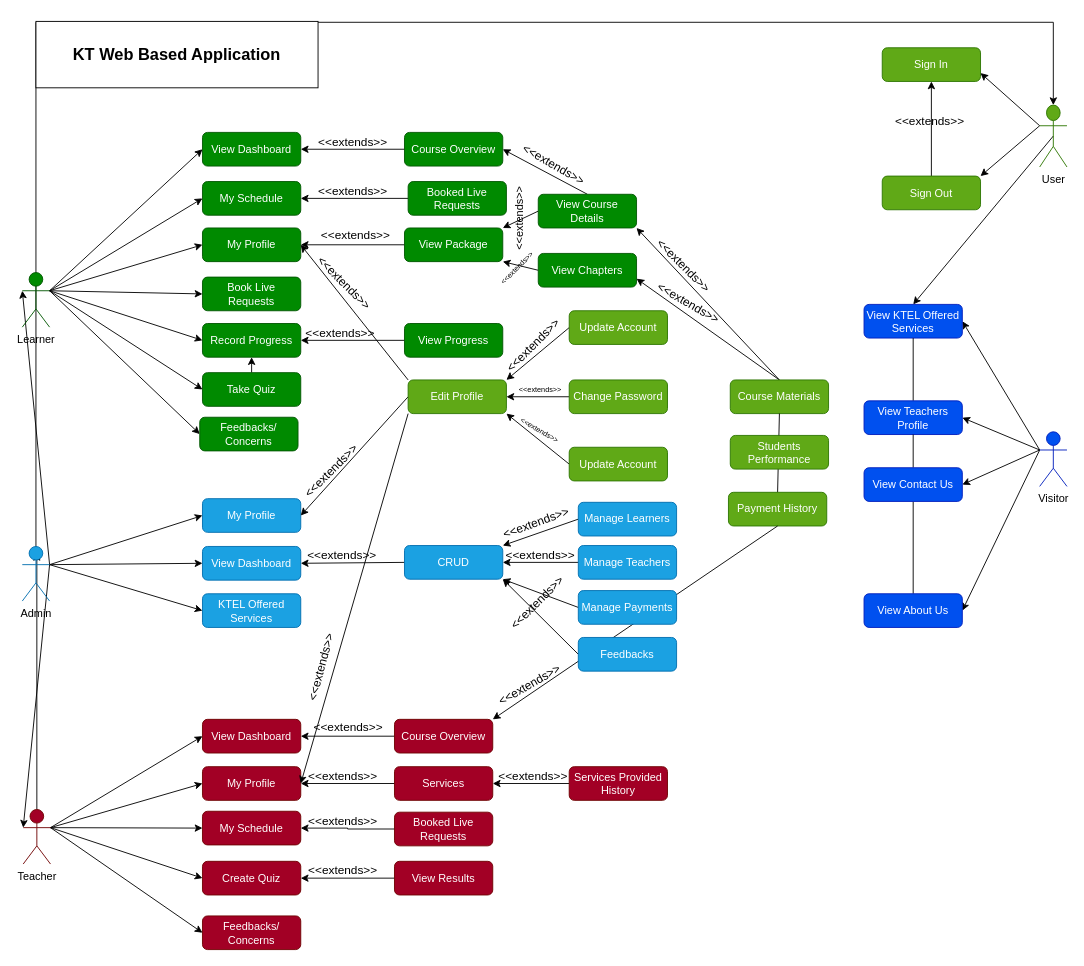
Before: page "Learner Use Case Diagram" (12 of 12) of Untitled Diagram.drawio in Nashciong/JavaCodes, a draw.io diagram. Source tidied: cells renumbered, new cells numbered last; positions are measured from the earlier drawing's top-left corner, leaving out a move shared by most shapes. Both pictures are drawn from the tidied source at 91%, with x=0, y=0 at pixel (22, 21).
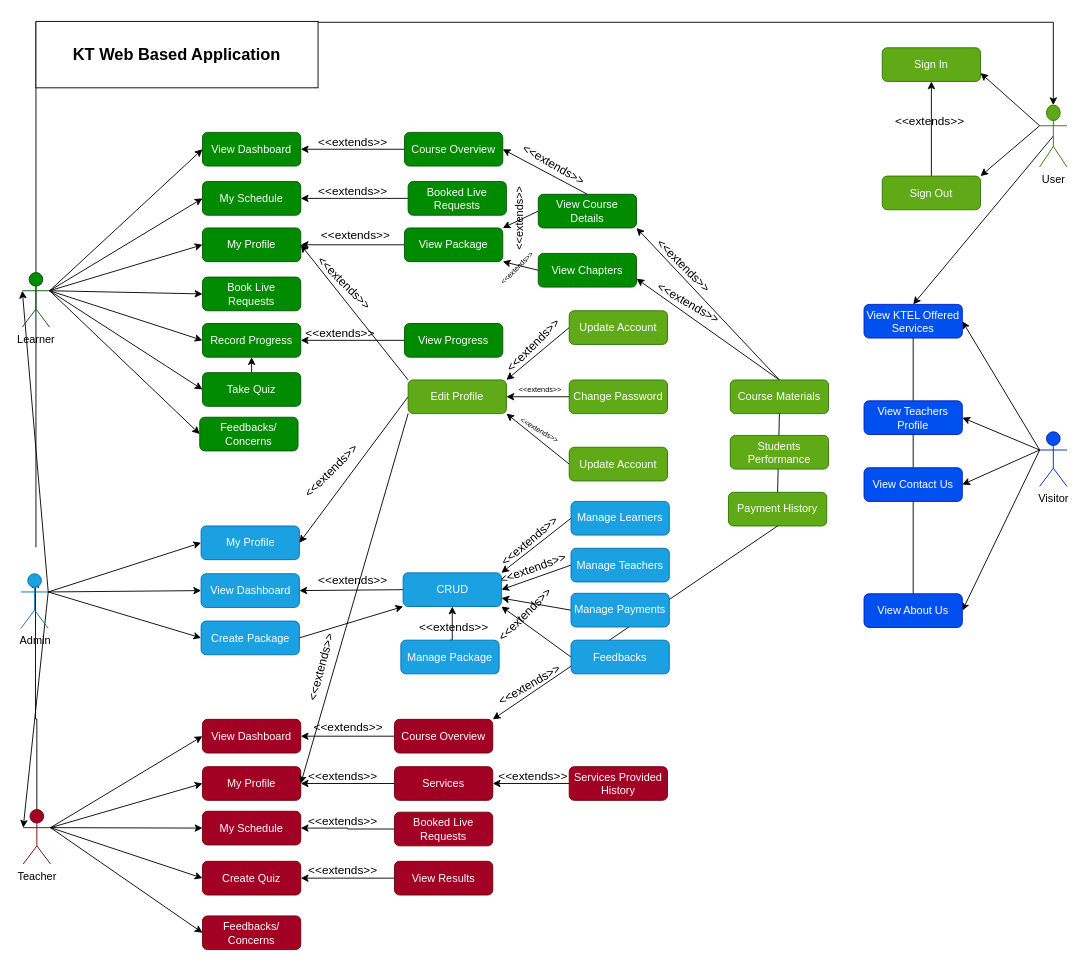
After the change.

What changed in the source:
```diff
@@
     <mxCell id="25" value="View Dashboard" style="rounded=1;whiteSpace=wrap;html=1;fillColor=#1ba1e2;fontColor=#ffffff;strokeColor=#006EAF;" parent="1" vertex="1">
-      <mxGeometry x="198" y="577" width="108" height="37" as="geometry" />
+      <mxGeometry x="196.5" y="607" width="108" height="37" as="geometry" />
     </mxCell>
     <mxCell id="26" value="My Profile" style="rounded=1;whiteSpace=wrap;html=1;fillColor=#1ba1e2;fontColor=#ffffff;strokeColor=#006EAF;" parent="1" vertex="1">
-      <mxGeometry x="198" y="524.5" width="108" height="37" as="geometry" />
+      <mxGeometry x="196.5" y="554.5" width="108" height="37" as="geometry" />
     </mxCell>
@@
     <mxCell id="52" value="CRUD" style="rounded=1;whiteSpace=wrap;html=1;fillColor=#1ba1e2;fontColor=#ffffff;strokeColor=#006EAF;" parent="1" vertex="1">
-      <mxGeometry x="420" y="576" width="108" height="37" as="geometry" />
+      <mxGeometry x="418.5" y="606" width="108" height="37" as="geometry" />
     </mxCell>
-    <mxCell id="53" style="edgeStyle=orthogonalEdgeStyle;rounded=0;jettySize=auto;html=1;exitX=0;exitY=0.5;exitDx=0;exitDy=0;entryX=1;entryY=0.5;entryDx=0;entryDy=0;" parent="1" edge="1" source="54" target="52">
+    <mxCell id="53" style="rounded=0;jettySize=auto;html=1;exitX=0;exitY=0.5;exitDx=0;exitDy=0;entryX=1;entryY=0.5;entryDx=0;entryDy=0;" parent="1" edge="1" source="54" target="52">
       <mxGeometry relative="1" as="geometry" />
     </mxCell>
     <mxCell id="54" value="Manage Teachers" style="rounded=1;whiteSpace=wrap;html=1;fillColor=#1ba1e2;fontColor=#ffffff;strokeColor=#006EAF;" parent="1" vertex="1">
-      <mxGeometry x="611" y="576" width="108" height="37" as="geometry" />
+      <mxGeometry x="603" y="579" width="108" height="37" as="geometry" />
     </mxCell>
-    <mxCell id="55" style="rounded=0;jettySize=auto;html=1;exitX=0;exitY=0.5;exitDx=0;exitDy=0;entryX=1;entryY=1;entryDx=0;entryDy=0;" parent="1" edge="1" source="99" target="52">
+    <mxCell id="55" style="rounded=0;jettySize=auto;html=1;exitX=0;exitY=0.5;exitDx=0;exitDy=0;entryX=1;entryY=0.75;entryDx=0;entryDy=0;" parent="1" edge="1" source="99" target="52">
       <mxGeometry relative="1" as="geometry" />
     </mxCell>
@@
     <mxCell id="57" value="Manage Learners" style="rounded=1;whiteSpace=wrap;html=1;fillColor=#1ba1e2;fontColor=#ffffff;strokeColor=#006EAF;" parent="1" vertex="1">
-      <mxGeometry x="611" y="528.5" width="108" height="37" as="geometry" />
+      <mxGeometry x="603" y="527.5" width="108" height="37" as="geometry" />
     </mxCell>
@@
+    <mxCell id="136" style="rounded=0;jettySize=auto;html=1;exitX=1;exitY=0.5;exitDx=0;exitDy=0;entryX=0;entryY=1;entryDx=0;entryDy=0;" parent="1" edge="1" source="90" target="52">
+      <mxGeometry relative="1" as="geometry" />
+    </mxCell>
-    <mxCell id="90" value="KTEL Offered Services" style="rounded=1;whiteSpace=wrap;html=1;fillColor=#1ba1e2;fontColor=#ffffff;strokeColor=#006EAF;" parent="1" vertex="1">
-      <mxGeometry x="198" y="629" width="108" height="37" as="geometry" />
+    <mxCell id="90" value="Create Package" style="rounded=1;whiteSpace=wrap;html=1;fillColor=#1ba1e2;fontColor=#ffffff;strokeColor=#006EAF;" parent="1" vertex="1">
+      <mxGeometry x="196.5" y="659" width="108" height="37" as="geometry" />
     </mxCell>
@@
     <mxCell id="92" value="Feedbacks" style="rounded=1;whiteSpace=wrap;html=1;fillColor=#1ba1e2;fontColor=#ffffff;strokeColor=#006EAF;" parent="1" vertex="1">
-      <mxGeometry x="611" y="677" width="108" height="37" as="geometry" />
+      <mxGeometry x="603" y="680" width="108" height="37" as="geometry" />
     </mxCell>
@@
     <mxCell id="95" value="Admin" style="shape=umlActor;verticalLabelPosition=bottom;verticalAlign=top;html=1;outlineConnect=0;fillColor=#1ba1e2;fontColor=#000000;strokeColor=#006EAF;" parent="1" vertex="1">
-      <mxGeometry y="577" width="30" height="60" as="geometry" />
+      <mxGeometry x="-1.5" y="607" width="30" height="60" as="geometry" />
     </mxCell>
@@
     <mxCell id="99" value="Manage Payments" style="rounded=1;whiteSpace=wrap;html=1;fillColor=#1ba1e2;fontColor=#ffffff;strokeColor=#006EAF;" parent="1" vertex="1">
-      <mxGeometry x="611" y="625.5" width="108" height="37" as="geometry" />
+      <mxGeometry x="603" y="628.5" width="108" height="37" as="geometry" />
     </mxCell>
@@
     <mxCell id="113" value="&lt;font style=&quot;font-size: 13px;&quot;&gt;&amp;lt;&amp;lt;extends&amp;gt;&amp;gt;&lt;/font&gt;" style="text;html=1;align=center;verticalAlign=middle;strokeColor=none;fillColor=none;rotation=0;fontSize=13;" parent="1" vertex="1">
-      <mxGeometry x="301" y="571" width="100" height="30" as="geometry" />
+      <mxGeometry x="313" y="599" width="100" height="30" as="geometry" />
     </mxCell>
@@
     <mxCell id="127" value="&lt;font style=&quot;font-size: 13px;&quot;&gt;&amp;lt;&amp;lt;extends&amp;gt;&amp;gt;&lt;/font&gt;" style="text;html=1;align=center;verticalAlign=middle;strokeColor=none;fillColor=none;rotation=-45;fontSize=13;" parent="1" vertex="1">
-      <mxGeometry x="515" y="623.5" width="100" height="30" as="geometry" />
+      <mxGeometry x="502" y="637" width="100" height="30" as="geometry" />
     </mxCell>
-    <mxCell id="128" value="&lt;font style=&quot;font-size: 13px;&quot;&gt;&amp;lt;&amp;lt;extends&amp;gt;&amp;gt;&lt;/font&gt;" style="text;html=1;align=center;verticalAlign=middle;strokeColor=none;fillColor=none;rotation=0;fontSize=13;" parent="1" vertex="1">
-      <mxGeometry x="519" y="571" width="100" height="30" as="geometry" />
+    <mxCell id="128" value="&lt;font style=&quot;font-size: 13px;&quot;&gt;&amp;lt;&amp;lt;extends&amp;gt;&amp;gt;&lt;/font&gt;" style="text;html=1;align=center;verticalAlign=middle;strokeColor=none;fillColor=none;rotation=-40;fontSize=13;" parent="1" vertex="1">
+      <mxGeometry x="507" y="556" width="100" height="30" as="geometry" />
     </mxCell>
     <mxCell id="129" value="&lt;font style=&quot;font-size: 13px;&quot;&gt;&amp;lt;&amp;lt;extends&amp;gt;&amp;gt;&lt;/font&gt;" style="text;html=1;align=center;verticalAlign=middle;strokeColor=none;fillColor=none;rotation=340;fontSize=13;" parent="1" vertex="1">
-      <mxGeometry x="514" y="535.5" width="100" height="30" as="geometry" />
+      <mxGeometry x="511" y="586" width="100" height="30" as="geometry" />
     </mxCell>
@@
+    <mxCell id="137" style="edgeStyle=orthogonalEdgeStyle;rounded=0;jettySize=auto;html=1;exitX=0.5;exitY=0;exitDx=0;exitDy=0;entryX=0.5;entryY=1;entryDx=0;entryDy=0;" parent="1" edge="1" source="138" target="52">
+      <mxGeometry relative="1" as="geometry" />
+    </mxCell>
+    <mxCell id="138" value="Manage Package" style="rounded=1;whiteSpace=wrap;html=1;fillColor=#1ba1e2;fontColor=#ffffff;strokeColor=#006EAF;" parent="1" vertex="1">
+      <mxGeometry x="416" y="680" width="108" height="37" as="geometry" />
+    </mxCell>
+    <mxCell id="139" value="&lt;font style=&quot;font-size: 13px;&quot;&gt;&amp;lt;&amp;lt;extends&amp;gt;&amp;gt;&lt;/font&gt;" style="text;html=1;align=center;verticalAlign=middle;strokeColor=none;fillColor=none;rotation=0;fontSize=13;" parent="1" vertex="1">
+      <mxGeometry x="424" y="650" width="100" height="30" as="geometry" />
+    </mxCell>
```
